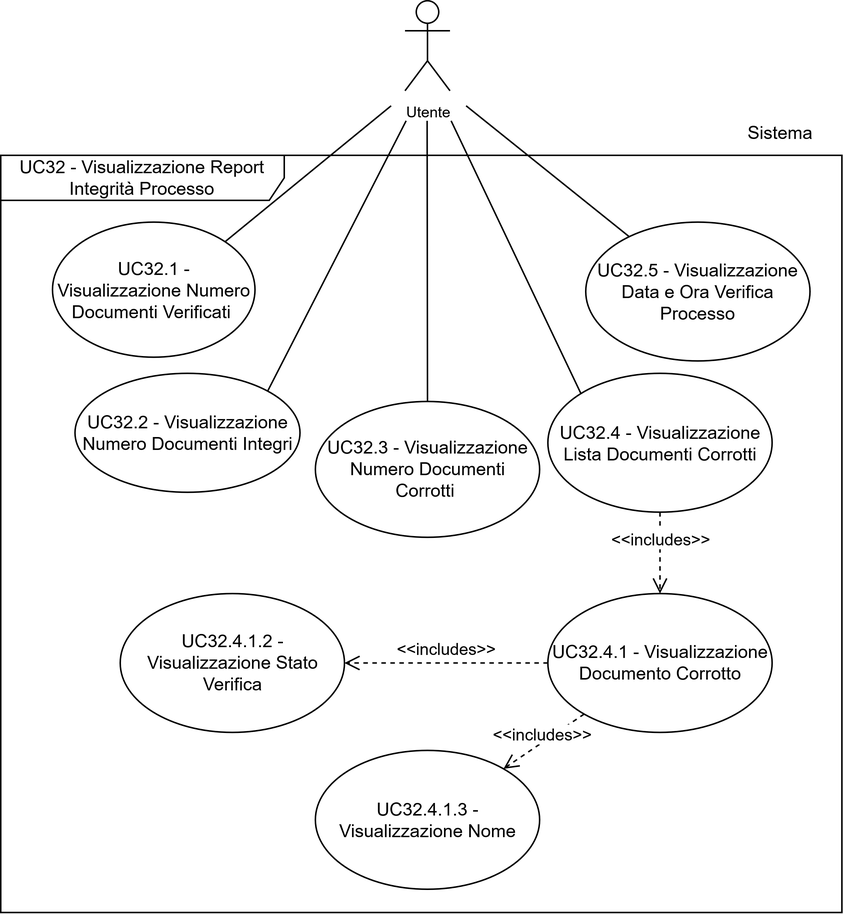
This is assets/uml/UC32INC.png from 7-ZPUs/Docs, a draw.io export, as it was before one commit. Source tidied: cells renumbered, new cells last; positions are measured from the earlier drawing's top-left corner, leaving out a move shared by most shapes. Source of this version:
```xml
<mxGraphModel>
  <root>
    <mxCell id="0" />
    <mxCell id="1" parent="0" />
    <mxCell id="2" value="&lt;div&gt;UC32.1 - Visualizzazione Numero Documenti Verificati&amp;nbsp;&lt;/div&gt;" style="ellipse;whiteSpace=wrap;html=1;" parent="1" vertex="1">
      <mxGeometry x="34.5" y="147.5" width="135" height="90" as="geometry" />
    </mxCell>
    <mxCell id="3" style="rounded=0;jettySize=auto;html=1;entryX=1;entryY=0;entryDx=0;entryDy=0;strokeColor=default;endArrow=none;endFill=0;" parent="1" edge="1" target="2">
      <mxGeometry relative="1" as="geometry">
        <mxPoint x="260.2" y="70" as="sourcePoint" />
      </mxGeometry>
    </mxCell>
    <mxCell id="4" value="&lt;font style=&quot;font-size: 10px;&quot;&gt;Utente&lt;/font&gt;" style="shape=umlActor;verticalLabelPosition=bottom;verticalAlign=top;html=1;" parent="1" vertex="1">
      <mxGeometry x="269.5" width="30" height="60" as="geometry" />
    </mxCell>
    <mxCell id="5" value="UC32 - Visualizzazione Report Integrità Processo" style="shape=umlFrame;whiteSpace=wrap;html=1;width=189;height=30;" parent="1" vertex="1">
      <mxGeometry y="103" width="560.8" height="504.5" as="geometry" />
    </mxCell>
    <mxCell id="6" value="&lt;div&gt;UC32.2 - Visualizzazione Numero Documenti Integri&lt;/div&gt;" style="ellipse;whiteSpace=wrap;html=1;" parent="1" vertex="1">
      <mxGeometry x="49.5" y="248.2" width="150" height="79.2" as="geometry" />
    </mxCell>
    <mxCell id="7" style="rounded=0;jettySize=auto;html=1;entryX=1;entryY=0;entryDx=0;entryDy=0;strokeColor=default;endArrow=none;endFill=0;" parent="1" edge="1" target="6">
      <mxGeometry relative="1" as="geometry">
        <mxPoint x="270.2" y="80" as="sourcePoint" />
      </mxGeometry>
    </mxCell>
    <mxCell id="8" value="&lt;div&gt;UC32.3 - Visualizzazione Numero Documenti Corrotti&amp;nbsp;&lt;/div&gt;" style="ellipse;whiteSpace=wrap;html=1;" parent="1" vertex="1">
      <mxGeometry x="209.8" y="267" width="149.5" height="90.5" as="geometry" />
    </mxCell>
    <mxCell id="9" style="rounded=0;jettySize=auto;html=1;entryX=0.5;entryY=0;entryDx=0;entryDy=0;strokeColor=default;endArrow=none;endFill=0;" parent="1" edge="1" target="8">
      <mxGeometry relative="1" as="geometry">
        <mxPoint x="284.2" y="80" as="sourcePoint" />
      </mxGeometry>
    </mxCell>
    <mxCell id="10" value="&lt;font style=&quot;font-size: 12px;&quot;&gt;Sistema&lt;/font&gt;" style="text;html=1;whiteSpace=wrap;strokeColor=none;fillColor=none;align=center;verticalAlign=middle;rounded=0;fontSize=10;" parent="1" vertex="1">
      <mxGeometry x="489.5" y="73" width="60" height="30" as="geometry" />
    </mxCell>
    <mxCell id="11" value=" UC32.4 - Visualizzazione Lista Documenti Corrotti" style="ellipse;whiteSpace=wrap;html=1;" parent="1" vertex="1">
      <mxGeometry x="364.8" y="248.2" width="149.5" height="92.5" as="geometry" />
    </mxCell>
    <mxCell id="12" style="rounded=0;jettySize=auto;html=1;strokeColor=default;endArrow=none;endFill=0;entryX=0;entryY=0;entryDx=0;entryDy=0;" parent="1" edge="1" target="11">
      <mxGeometry relative="1" as="geometry">
        <mxPoint x="300.2" y="80" as="sourcePoint" />
      </mxGeometry>
    </mxCell>
    <mxCell id="13" value="UC32.5 - Visualizzazione Data e Ora Verifica Processo" style="ellipse;whiteSpace=wrap;html=1;" parent="1" vertex="1">
      <mxGeometry x="390" y="147.5" width="149.5" height="92.5" as="geometry" />
    </mxCell>
    <mxCell id="14" style="rounded=0;jettySize=auto;html=1;strokeColor=default;endArrow=none;endFill=0;" parent="1" edge="1" target="13">
      <mxGeometry relative="1" as="geometry">
        <mxPoint x="310.2" y="70" as="sourcePoint" />
      </mxGeometry>
    </mxCell>
    <mxCell id="15" value="UC32.4.1 - Visualizzazione Documento Corrotto" style="ellipse;whiteSpace=wrap;html=1;" parent="1" vertex="1">
      <mxGeometry x="364.8" y="395" width="149.5" height="92.5" as="geometry" />
    </mxCell>
    <mxCell id="16" value="UC32.4.1.3 - Visualizzazione Nome" style="ellipse;whiteSpace=wrap;html=1;" parent="1" vertex="1">
      <mxGeometry x="209.8" y="499.5" width="149.5" height="92.5" as="geometry" />
    </mxCell>
    <mxCell id="17" value="UC32.4.1.2 - Visualizzazione Stato Verifica" style="ellipse;whiteSpace=wrap;html=1;" parent="1" vertex="1">
      <mxGeometry x="79.6" y="395" width="149.5" height="92.5" as="geometry" />
    </mxCell>
    <mxCell id="18" value="&amp;lt;&amp;lt;includes&amp;gt;&amp;gt;" style="html=1;verticalAlign=bottom;endArrow=open;dashed=1;endSize=8;curved=0;rounded=0;" parent="1" edge="1" source="11" target="15">
      <mxGeometry relative="1" as="geometry" />
    </mxCell>
    <mxCell id="19" value="&amp;lt;&amp;lt;includes&amp;gt;&amp;gt;" style="html=1;verticalAlign=bottom;endArrow=open;dashed=1;endSize=8;curved=0;rounded=0;" parent="1" edge="1" source="15" target="17">
      <mxGeometry relative="1" as="geometry" />
    </mxCell>
    <mxCell id="20" value="&amp;lt;&amp;lt;includes&amp;gt;&amp;gt;" style="html=1;verticalAlign=bottom;endArrow=open;dashed=1;endSize=8;curved=0;rounded=0;" parent="1" edge="1" source="15" target="16">
      <mxGeometry x="0.1" y="3" relative="1" as="geometry" />
    </mxCell>
  </root>
</mxGraphModel>
```
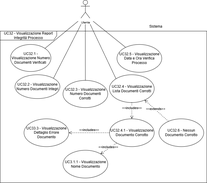
Above is the later version.

Diff of the diagram source:
```diff
@@ -14,7 +14,7 @@
       <mxGeometry x="269.5" width="30" height="60" as="geometry" />
     </mxCell>
     <mxCell id="5" value="UC32 - Visualizzazione Report Integrità Processo" style="shape=umlFrame;whiteSpace=wrap;html=1;width=189;height=30;" parent="1" vertex="1">
-      <mxGeometry y="103" width="560.8" height="504.5" as="geometry" />
+      <mxGeometry y="103" width="690" height="504.5" as="geometry" />
     </mxCell>
     <mxCell id="6" value="&lt;div&gt;UC32.2 - Visualizzazione Numero Documenti Integri&lt;/div&gt;" style="ellipse;whiteSpace=wrap;html=1;" parent="1" vertex="1">
       <mxGeometry x="49.5" y="248.2" width="150" height="79.2" as="geometry" />
@@ -54,10 +54,10 @@
     <mxCell id="15" value="UC32.4.1 - Visualizzazione Documento Corrotto" style="ellipse;whiteSpace=wrap;html=1;" parent="1" vertex="1">
       <mxGeometry x="364.8" y="395" width="149.5" height="92.5" as="geometry" />
     </mxCell>
-    <mxCell id="16" value="UC32.4.1.3 - Visualizzazione Nome" style="ellipse;whiteSpace=wrap;html=1;" parent="1" vertex="1">
+    <mxCell id="16" value="UC3.1.1 - Visualizzazione Nome Documento" style="ellipse;whiteSpace=wrap;html=1;" parent="1" vertex="1">
       <mxGeometry x="209.8" y="499.5" width="149.5" height="92.5" as="geometry" />
     </mxCell>
-    <mxCell id="17" value="UC32.4.1.2 - Visualizzazione Stato Verifica" style="ellipse;whiteSpace=wrap;html=1;" parent="1" vertex="1">
+    <mxCell id="17" value="UC33.3 - Visualizzazione Dettaglio Errore Documento" style="ellipse;whiteSpace=wrap;html=1;" parent="1" vertex="1">
       <mxGeometry x="79.6" y="395" width="149.5" height="92.5" as="geometry" />
     </mxCell>
     <mxCell id="18" value="&amp;lt;&amp;lt;includes&amp;gt;&amp;gt;" style="html=1;verticalAlign=bottom;endArrow=open;dashed=1;endSize=8;curved=0;rounded=0;" parent="1" edge="1" source="11" target="15">
@@ -69,5 +69,14 @@
     <mxCell id="20" value="&amp;lt;&amp;lt;includes&amp;gt;&amp;gt;" style="html=1;verticalAlign=bottom;endArrow=open;dashed=1;endSize=8;curved=0;rounded=0;" parent="1" edge="1" source="15" target="16">
       <mxGeometry x="0.1" y="3" relative="1" as="geometry" />
     </mxCell>
+    <mxCell id="21" style="rounded=0;jettySize=auto;html=1;dashed=1;endArrow=open;endFill=0;endSize=8;" parent="1" edge="1" source="23" target="11">
+      <mxGeometry relative="1" as="geometry" />
+    </mxCell>
+    <mxCell id="22" value="&amp;lt;&amp;lt;extends&amp;gt;&amp;gt;" style="edgeLabel;html=1;align=center;verticalAlign=middle;" parent="21" vertex="1">
+      <mxGeometry x="0.13" y="-2" relative="1" as="geometry" />
+    </mxCell>
+    <mxCell id="23" value=" UC32.6 - Nessun Documento Corrotto" style="ellipse;whiteSpace=wrap;html=1;" parent="1" vertex="1">
+      <mxGeometry x="530" y="395" width="149.5" height="92.5" as="geometry" />
+    </mxCell>
   </root>
 </mxGraphModel>
```
